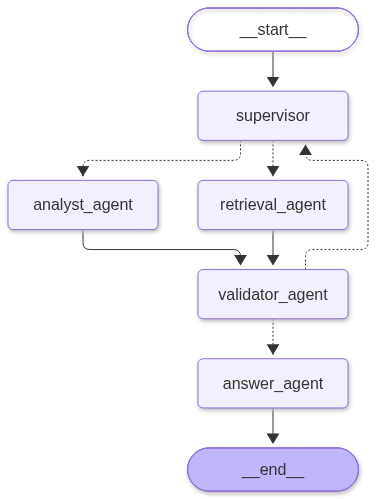
The Mermaid diagram graph_output/workflow.png in ipul122/Cp3_anwar, before a commit. Its source is kept beside it as graph_output/workflow.mmd. The source it was exported from:
```mermaid
---
config:
  flowchart:
    curve: linear
---
graph TD;
	__start__([<p>__start__</p>]):::first
	supervisor(supervisor)
	retrieval_agent(retrieval_agent)
	analyst_agent(analyst_agent)
	validator_agent(validator_agent)
	answer_agent(answer_agent)
	__end__([<p>__end__</p>]):::last
	__start__ --> supervisor;
	analyst_agent --> validator_agent;
	retrieval_agent --> validator_agent;
	supervisor -.-> analyst_agent;
	supervisor -.-> retrieval_agent;
	validator_agent -.-> answer_agent;
	validator_agent -.-> supervisor;
	answer_agent --> __end__;
	classDef default fill:#f2f0ff,line-height:1.2
	classDef first fill-opacity:0
	classDef last fill:#bfb6fc
```
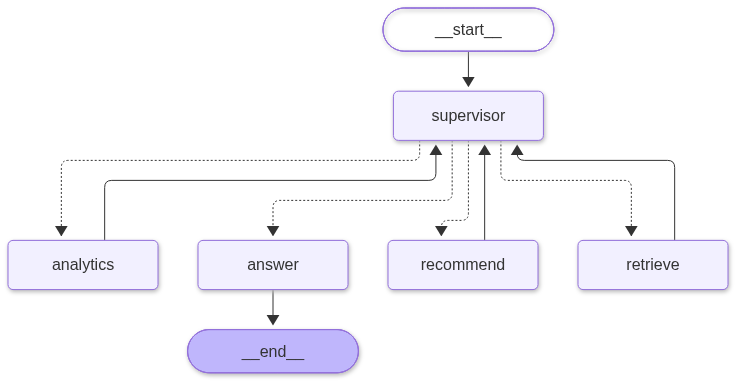
After the commit.

The edit, as a diff of the source:
```diff
@@ -6,19 +6,20 @@
 graph TD;
 	__start__([<p>__start__</p>]):::first
 	supervisor(supervisor)
-	retrieval_agent(retrieval_agent)
-	analyst_agent(analyst_agent)
-	validator_agent(validator_agent)
-	answer_agent(answer_agent)
+	retrieve(retrieve)
+	analytics(analytics)
+	recommend(recommend)
+	answer(answer)
 	__end__([<p>__end__</p>]):::last
 	__start__ --> supervisor;
-	analyst_agent --> validator_agent;
-	retrieval_agent --> validator_agent;
-	supervisor -.-> analyst_agent;
-	supervisor -.-> retrieval_agent;
-	validator_agent -.-> answer_agent;
-	validator_agent -.-> supervisor;
-	answer_agent --> __end__;
+	analytics --> supervisor;
+	recommend --> supervisor;
+	retrieve --> supervisor;
+	supervisor -.-> analytics;
+	supervisor -.-> answer;
+	supervisor -.-> recommend;
+	supervisor -.-> retrieve;
+	answer --> __end__;
 	classDef default fill:#f2f0ff,line-height:1.2
 	classDef first fill-opacity:0
 	classDef last fill:#bfb6fc
```
